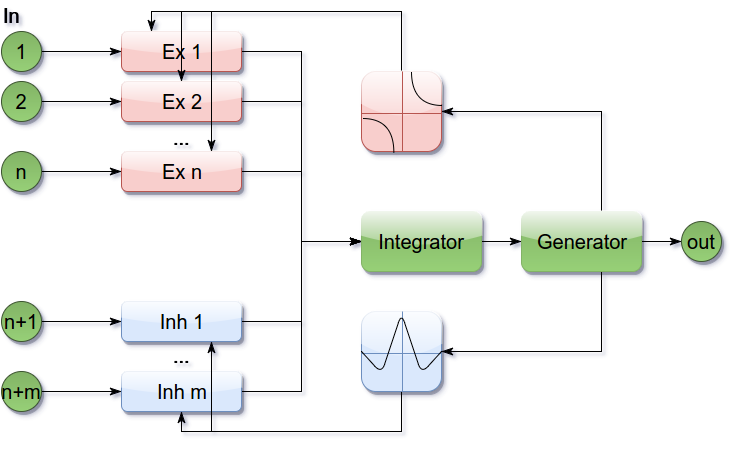
Earlier version of the draw.io export doc/emristor.png (research-team/robot-dream). Source tidied: cells renumbered, new cells last; positions are measured from the earlier drawing's top-left corner, leaving out a move shared by most shapes.
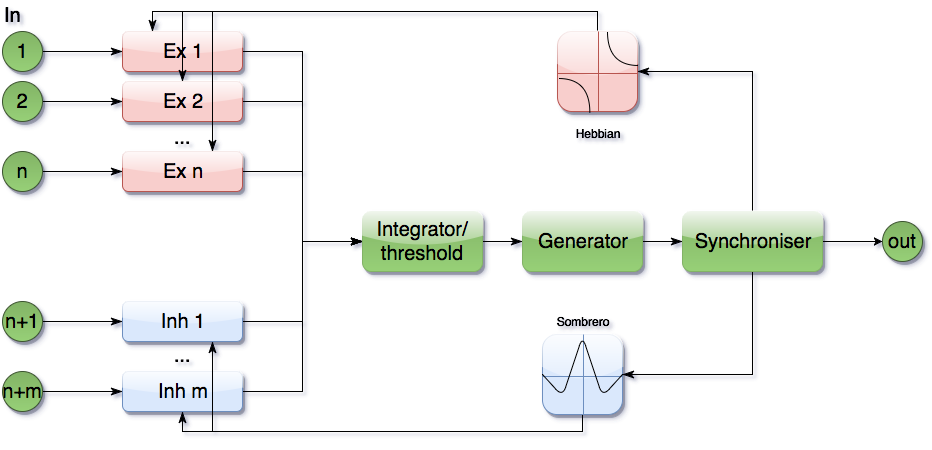
Later version of the same file.

Commit message:
Emristor: added Synchronizer

Diff of the diagram source:
```diff
@@ -41,20 +41,20 @@
     <mxCell id="14" style="edgeStyle=orthogonalEdgeStyle;rounded=0;html=1;startArrow=none;startFill=0;endArrow=classicThin;endFill=1;endSize=9;jettySize=auto;strokeColor=#000000;strokeWidth=1;fillColor=#97D077;gradientColor=#97D077;fontSize=20;align=right;" parent="1" edge="1" source="15" target="19">
       <mxGeometry relative="1" as="geometry" />
     </mxCell>
-    <mxCell id="15" value="Integrator" style="rounded=1;whiteSpace=wrap;html=1;shadow=1;glass=1;comic=0;labelBackgroundColor=none;strokeColor=#82B366;fillColor=#82B366;gradientColor=#97D077;fontSize=20;align=center;" parent="1" vertex="1">
+    <mxCell id="15" value="Integrator/&lt;div&gt;threshold&lt;/div&gt;" style="rounded=1;whiteSpace=wrap;html=1;shadow=1;glass=1;comic=0;labelBackgroundColor=none;strokeColor=#82B366;fillColor=#82B366;gradientColor=#97D077;fontSize=20;align=center;" parent="1" vertex="1">
       <mxGeometry x="360" y="210" width="120" height="60" as="geometry" />
     </mxCell>
-    <mxCell id="16" style="edgeStyle=orthogonalEdgeStyle;rounded=0;html=1;entryX=1;entryY=0.5;startArrow=none;startFill=0;endArrow=classicThin;endFill=1;endSize=9;jettySize=auto;strokeColor=#000000;strokeWidth=1;fillColor=#97D077;gradientColor=#97D077;fontSize=20;align=right;" parent="1" edge="1" source="19" target="23">
+    <mxCell id="16" style="edgeStyle=orthogonalEdgeStyle;rounded=0;html=1;entryX=1;entryY=0.5;startArrow=none;startFill=0;endArrow=classicThin;endFill=1;endSize=9;jettySize=auto;strokeColor=#000000;strokeWidth=1;fillColor=#97D077;gradientColor=#97D077;fontSize=20;align=right;" parent="1" edge="1" source="43" target="23">
       <mxGeometry relative="1" as="geometry">
         <Array as="points">
-          <mxPoint x="600" y="110" />
+          <mxPoint x="750" y="70" />
         </Array>
       </mxGeometry>
     </mxCell>
-    <mxCell id="17" style="edgeStyle=orthogonalEdgeStyle;rounded=0;html=1;entryX=1;entryY=0.5;startArrow=none;startFill=0;endArrow=classicThin;endFill=1;endSize=9;jettySize=auto;strokeColor=#000000;strokeWidth=1;fillColor=#97D077;gradientColor=#97D077;fontSize=20;align=right;" parent="1" edge="1" source="19" target="28">
+    <mxCell id="17" style="edgeStyle=orthogonalEdgeStyle;rounded=0;html=1;entryX=1;entryY=0.5;startArrow=none;startFill=0;endArrow=classicThin;endFill=1;endSize=9;jettySize=auto;strokeColor=#000000;strokeWidth=1;fillColor=#97D077;gradientColor=#97D077;fontSize=20;align=right;exitX=0.5;exitY=1;" parent="1" edge="1" source="43" target="28">
       <mxGeometry relative="1" as="geometry">
         <Array as="points">
-          <mxPoint x="600" y="350" />
+          <mxPoint x="750" y="373" />
         </Array>
       </mxGeometry>
     </mxCell>
@@ -69,7 +69,7 @@
     <mxCell id="20" style="edgeStyle=orthogonalEdgeStyle;rounded=0;html=1;entryX=0.25;entryY=0;startArrow=none;startFill=0;endArrow=classicThin;endFill=1;endSize=9;jettySize=auto;strokeColor=#000000;strokeWidth=1;fillColor=#97D077;gradientColor=#97D077;fontSize=20;align=right;" parent="1" edge="1" source="23" target="3">
       <mxGeometry relative="1" as="geometry">
         <Array as="points">
-          <mxPoint x="400" y="10" />
+          <mxPoint x="595" y="10" />
           <mxPoint x="150" y="10" />
         </Array>
       </mxGeometry>
@@ -77,7 +77,7 @@
     <mxCell id="21" style="edgeStyle=orthogonalEdgeStyle;rounded=0;html=1;entryX=0.5;entryY=0;startArrow=none;startFill=0;endArrow=classicThin;endFill=1;endSize=9;jettySize=auto;strokeColor=#000000;strokeWidth=1;fillColor=#97D077;gradientColor=#97D077;fontSize=20;align=right;" parent="1" edge="1" source="23" target="5">
       <mxGeometry relative="1" as="geometry">
         <Array as="points">
-          <mxPoint x="400" y="10" />
+          <mxPoint x="595" y="10" />
           <mxPoint x="180" y="10" />
         </Array>
       </mxGeometry>
@@ -85,34 +85,15 @@
     <mxCell id="22" style="edgeStyle=orthogonalEdgeStyle;rounded=0;html=1;startArrow=none;startFill=0;endArrow=classicThin;endFill=1;endSize=9;jettySize=auto;strokeColor=#000000;strokeWidth=1;fillColor=#97D077;gradientColor=#97D077;fontSize=20;align=right;entryX=0.75;entryY=0;" parent="1" edge="1" source="23" target="7">
       <mxGeometry relative="1" as="geometry">
         <Array as="points">
-          <mxPoint x="400" y="10" />
+          <mxPoint x="595" y="10" />
           <mxPoint x="210" y="10" />
         </Array>
       </mxGeometry>
     </mxCell>
-    <mxCell id="23" style="shape=internalStorage;whiteSpace=wrap;html=1;rounded=1;shadow=1;glass=1;comic=0;labelBackgroundColor=none;strokeColor=#b85450;fillColor=#f8cecc;fontSize=20;align=center;dx=41;dy=42;arcSize=18;" parent="1" vertex="1">
-      <mxGeometry x="360" y="70" width="80" height="80" as="geometry" />
-    </mxCell>
-    <mxCell id="24" style="endArrow=none;html=1;strokeColor=#000000;fillColor=#97D077;gradientColor=#97D077;fontSize=20;align=right;entryX=1.017;entryY=0.425;exitX=0.625;exitY=0;exitPerimeter=0;entryPerimeter=0;endFill=0;targetPerimeterSpacing=3;sourcePerimeterSpacing=3;endSize=9;strokeWidth=1;curved=1;" parent="1" edge="1" source="23" target="23">
-      <mxGeometry relative="1" as="geometry">
-        <Array as="points">
-          <mxPoint x="410" y="104" />
-        </Array>
-      </mxGeometry>
-    </mxCell>
-    <mxCell id="25" style="endArrow=none;html=1;strokeColor=#000000;fillColor=#97D077;gradientColor=#97D077;fontSize=20;align=right;entryX=1.017;entryY=0.425;exitX=0.625;exitY=0;exitPerimeter=0;entryPerimeter=0;endFill=0;targetPerimeterSpacing=3;sourcePerimeterSpacing=3;endSize=9;strokeWidth=1;curved=1;flipV=1;flipH=1;" parent="1" edge="1">
-      <mxGeometry x="520" y="126" as="geometry">
-        <mxPoint x="360" y="116" as="sourcePoint" />
-        <mxPoint x="391.3" y="150" as="targetPoint" />
-        <Array as="points">
-          <mxPoint x="360" y="150" />
-        </Array>
-      </mxGeometry>
-    </mxCell>
     <mxCell id="26" style="edgeStyle=orthogonalEdgeStyle;rounded=0;html=1;entryX=0.5;entryY=1;startArrow=none;startFill=0;endArrow=classicThin;endFill=1;endSize=9;jettySize=auto;strokeColor=#000000;strokeWidth=1;fillColor=#97D077;gradientColor=#97D077;fontSize=20;align=right;" parent="1" edge="1" source="28" target="11">
       <mxGeometry relative="1" as="geometry">
         <Array as="points">
-          <mxPoint x="400" y="430" />
+          <mxPoint x="580" y="430" />
           <mxPoint x="180" y="430" />
         </Array>
       </mxGeometry>
@@ -120,23 +101,11 @@
     <mxCell id="27" style="edgeStyle=orthogonalEdgeStyle;rounded=0;html=1;entryX=0.75;entryY=1;startArrow=none;startFill=0;endArrow=classicThin;endFill=1;endSize=9;jettySize=auto;strokeColor=#000000;strokeWidth=1;fillColor=#97D077;gradientColor=#97D077;fontSize=20;align=right;" parent="1" edge="1" source="28" target="9">
       <mxGeometry relative="1" as="geometry">
         <Array as="points">
-          <mxPoint x="400" y="430" />
+          <mxPoint x="580" y="430" />
           <mxPoint x="210" y="430" />
         </Array>
       </mxGeometry>
     </mxCell>
-    <mxCell id="28" style="shape=internalStorage;whiteSpace=wrap;html=1;rounded=1;shadow=1;glass=1;comic=0;labelBackgroundColor=none;strokeColor=#6c8ebf;fillColor=#dae8fc;fontSize=20;align=center;dx=41;dy=42;arcSize=18;" parent="1" vertex="1">
-      <mxGeometry x="360" y="310" width="80" height="80" as="geometry" />
-    </mxCell>
-    <mxCell id="29" style="endArrow=none;html=1;strokeColor=#000000;strokeWidth=1;fillColor=#97D077;gradientColor=#97D077;fontSize=20;align=right;endFill=0;entryX=1;entryY=0.5;exitX=0;exitY=0.5;" parent="1" edge="1" source="28" target="28">
-      <mxGeometry relative="1" as="geometry">
-        <Array as="points">
-          <mxPoint x="380" y="372" />
-          <mxPoint x="400" y="312" />
-          <mxPoint x="420" y="372" />
-        </Array>
-      </mxGeometry>
-    </mxCell>
     <mxCell id="30" style="edgeStyle=orthogonalEdgeStyle;html=1;entryX=0;entryY=0.5;startArrow=none;startFill=0;endArrow=classicThin;endFill=1;endSize=9;jettySize=auto;strokeColor=#000000;strokeWidth=1;fillColor=#97D077;gradientColor=#97D077;fontSize=20;align=right;rounded=0;" parent="1" edge="1" source="31" target="3">
       <mxGeometry relative="1" as="geometry" />
     </mxCell>
@@ -171,7 +140,56 @@
       <mxGeometry width="30" height="30" as="geometry" />
     </mxCell>
     <mxCell id="41" value="out" style="ellipse;whiteSpace=wrap;html=1;rounded=1;shadow=1;glass=1;comic=0;labelBackgroundColor=none;strokeColor=#3D5430;fillColor=#82B366;gradientColor=#97D077;fontSize=20;align=center;" parent="1" vertex="1">
-      <mxGeometry x="680" y="220" width="40" height="40" as="geometry" />
+      <mxGeometry x="880" y="220" width="40" height="40" as="geometry" />
     </mxCell>
+    <mxCell id="42" style="edgeStyle=orthogonalEdgeStyle;rounded=0;html=1;entryX=0;entryY=0.5;jettySize=auto;" parent="1" edge="1" source="43" target="41">
+      <mxGeometry relative="1" as="geometry" />
+    </mxCell>
+    <mxCell id="43" value="Synchroniser" style="rounded=1;whiteSpace=wrap;html=1;shadow=1;glass=1;comic=0;labelBackgroundColor=none;strokeColor=#82B366;fillColor=#82B366;gradientColor=#97D077;fontSize=20;align=center;" parent="1" vertex="1">
+      <mxGeometry x="680" y="210" width="140" height="60" as="geometry" />
+    </mxCell>
+    <mxCell id="44" style="group;" parent="1" vertex="1">
+      <mxGeometry x="540" y="333" width="80" height="80" as="geometry" />
+    </mxCell>
+    <mxCell id="28" style="shape=internalStorage;whiteSpace=wrap;html=1;rounded=1;shadow=1;glass=1;comic=0;labelBackgroundColor=none;strokeColor=#6c8ebf;fillColor=#dae8fc;fontSize=20;align=center;dx=41;dy=42;arcSize=18;" parent="44" vertex="1">
+      <mxGeometry width="80" height="80" as="geometry" />
+    </mxCell>
+    <mxCell id="29" style="endArrow=none;html=1;strokeColor=#000000;strokeWidth=1;fillColor=#97D077;gradientColor=#97D077;fontSize=20;align=right;endFill=0;entryX=1;entryY=0.5;exitX=0;exitY=0.5;" parent="44" edge="1" source="28" target="28">
+      <mxGeometry relative="1" as="geometry">
+        <Array as="points">
+          <mxPoint x="20" y="62" />
+          <mxPoint x="40" y="2" />
+          <mxPoint x="60" y="62" />
+        </Array>
+      </mxGeometry>
+    </mxCell>
+    <mxCell id="45" style="group;" parent="1" vertex="1">
+      <mxGeometry x="555" y="30" width="80" height="80" as="geometry" />
+    </mxCell>
+    <mxCell id="23" style="shape=internalStorage;whiteSpace=wrap;html=1;rounded=1;shadow=1;glass=1;comic=0;labelBackgroundColor=none;strokeColor=#b85450;fillColor=#f8cecc;fontSize=20;align=center;dx=41;dy=42;arcSize=18;" parent="45" vertex="1">
+      <mxGeometry width="80" height="80" as="geometry" />
+    </mxCell>
+    <mxCell id="24" style="endArrow=none;html=1;strokeColor=#000000;fillColor=#97D077;gradientColor=#97D077;fontSize=20;align=right;entryX=1.017;entryY=0.425;exitX=0.625;exitY=0;exitPerimeter=0;entryPerimeter=0;endFill=0;targetPerimeterSpacing=3;sourcePerimeterSpacing=3;endSize=9;strokeWidth=1;curved=1;" parent="45" edge="1" source="23" target="23">
+      <mxGeometry relative="1" as="geometry">
+        <Array as="points">
+          <mxPoint x="50" y="34" />
+        </Array>
+      </mxGeometry>
+    </mxCell>
+    <mxCell id="25" style="endArrow=none;html=1;strokeColor=#000000;fillColor=#97D077;gradientColor=#97D077;fontSize=20;align=right;entryX=1.017;entryY=0.425;exitX=0.625;exitY=0;exitPerimeter=0;entryPerimeter=0;endFill=0;targetPerimeterSpacing=3;sourcePerimeterSpacing=3;endSize=9;strokeWidth=1;curved=1;flipV=1;flipH=1;" parent="45" edge="1">
+      <mxGeometry y="46" as="geometry">
+        <mxPoint y="46" as="sourcePoint" />
+        <mxPoint x="31.3" y="80" as="targetPoint" />
+        <Array as="points">
+          <mxPoint y="80" />
+        </Array>
+      </mxGeometry>
+    </mxCell>
+    <mxCell id="46" value="Sombrero" style="text;html=1;strokeColor=none;fillColor=none;align=center;verticalAlign=middle;whiteSpace=wrap;" parent="1" vertex="1">
+      <mxGeometry x="560" y="310" width="40" height="20" as="geometry" />
+    </mxCell>
+    <mxCell id="47" value="Hebbian" style="text;html=1;strokeColor=none;fillColor=none;align=center;verticalAlign=middle;whiteSpace=wrap;" parent="1" vertex="1">
+      <mxGeometry x="575" y="122" width="40" height="20" as="geometry" />
+    </mxCell>
   </root>
 </mxGraphModel>
```
